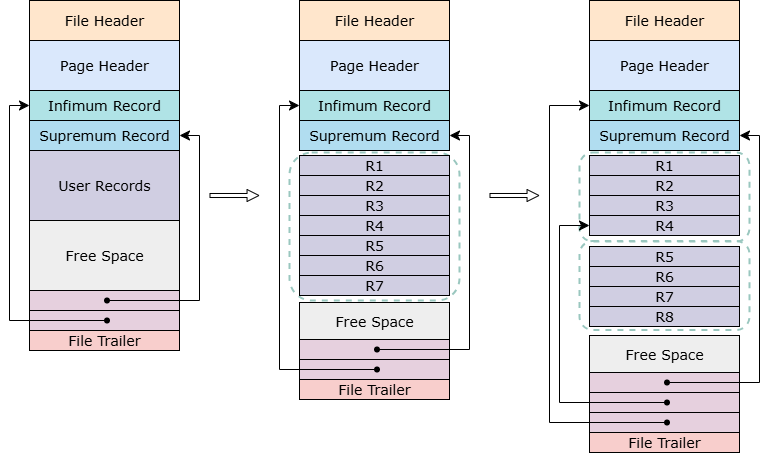
Before: mysql/InnoDB索引页记录分组过程drawio.png, a diagram exported from draw.io (guxdong/imgrepo). Source tidied: cells renumbered, new cells last; positions are measured from the earlier drawing's top-left corner, leaving out a move shared by most shapes.
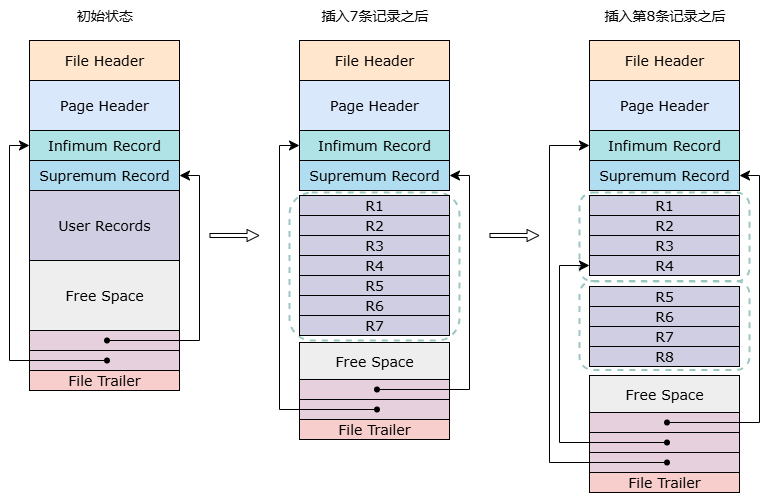
Above is the later version.

Commit message:
更新InnoDB索引页记录分组过程drawio.png

The edit, as a diff of the source:
```diff
@@ -237,5 +237,14 @@
         <mxPoint x="530" y="195" as="targetPoint" />
       </mxGeometry>
     </mxCell>
+    <mxCell id="69" value="&lt;font style=&quot;font-size: 14px;&quot; face=&quot;Verdana&quot;&gt;初始状态&lt;/font&gt;" style="text;html=1;align=center;verticalAlign=middle;strokeColor=none;fillColor=none;" parent="1" vertex="1">
+      <mxGeometry x="55" y="-40" width="80" height="30" as="geometry" />
+    </mxCell>
+    <mxCell id="70" value="&lt;font style=&quot;font-size: 14px;&quot; face=&quot;Verdana&quot;&gt;插入7条记录之后&lt;/font&gt;" style="text;html=1;align=center;verticalAlign=middle;strokeColor=none;fillColor=none;" parent="1" vertex="1">
+      <mxGeometry x="300" y="-40" width="130" height="30" as="geometry" />
+    </mxCell>
+    <mxCell id="71" value="&lt;font style=&quot;font-size: 14px;&quot; face=&quot;Verdana&quot;&gt;插入第8条记录之后&lt;/font&gt;" style="text;html=1;align=center;verticalAlign=middle;strokeColor=none;fillColor=none;" parent="1" vertex="1">
+      <mxGeometry x="585" y="-40" width="140" height="30" as="geometry" />
+    </mxCell>
   </root>
 </mxGraphModel>
```
